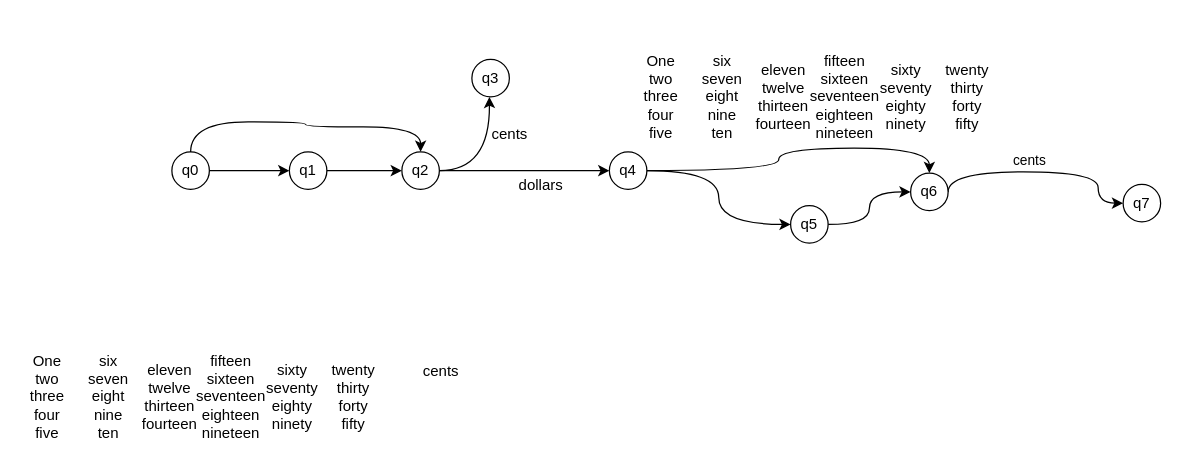
Before: basic/FAS.drawio in honghangzhi/diagrams, a draw.io diagram. Source tidied: cells renumbered, new cells numbered last; positions are measured from the earlier drawing's top-left corner, leaving out a move shared by most shapes. Both pictures are drawn from the tidied source at 125%, with x=0, y=0 at pixel (21, 46).
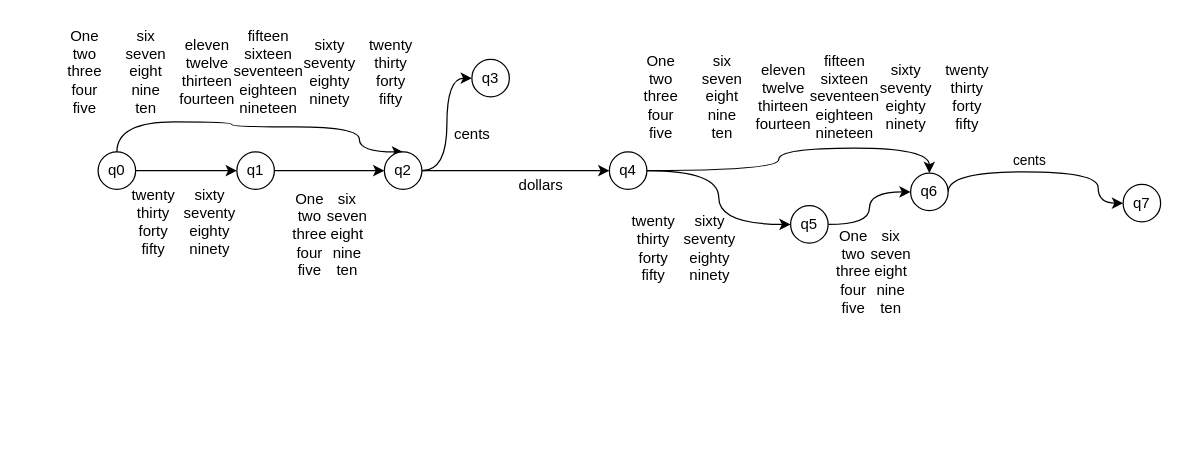
The same page after the edit.

Unchanged cells that the change refers to:
```xml
<mxCell id="12" value="q3" style="ellipse;whiteSpace=wrap;html=1;flipH=0;" parent="1" vertex="1">
  <mxGeometry x="360" y="10" width="30" height="30" as="geometry" />
</mxCell>
```

The edit, as a diff of the source:
```diff
@@
-    <mxCell id="2" value="cents" style="text;html=1;align=center;verticalAlign=middle;strokeColor=none;fillColor=none;" parent="1" vertex="1">
-      <mxGeometry x="315" y="250" width="40" height="20" as="geometry" />
-    </mxCell>
@@
     <mxCell id="5" style="edgeStyle=orthogonalEdgeStyle;curved=1;rounded=0;jettySize=auto;html=1;entryX=0.5;entryY=0;entryDx=0;entryDy=0;" parent="1" edge="1" source="6" target="11">
       <mxGeometry relative="1" as="geometry">
         <Array as="points">
-          <mxPoint x="135" y="60" />
-          <mxPoint x="227" y="60" />
-          <mxPoint x="227" y="64" />
-          <mxPoint x="319" y="64" />
+          <mxPoint x="76" y="60" />
+          <mxPoint x="168" y="60" />
+          <mxPoint x="168" y="64" />
+          <mxPoint x="270" y="64" />
+          <mxPoint x="270" y="84" />
         </Array>
       </mxGeometry>
     </mxCell>
     <mxCell id="6" value="q0" style="ellipse;whiteSpace=wrap;html=1;flipH=0;" parent="1" vertex="1">
-      <mxGeometry x="120" y="84" width="30" height="30" as="geometry" />
+      <mxGeometry x="61" y="84" width="30" height="30" as="geometry" />
     </mxCell>
@@
     <mxCell id="8" value="q1" style="ellipse;whiteSpace=wrap;html=1;flipH=0;" parent="1" vertex="1">
-      <mxGeometry x="214" y="84" width="30" height="30" as="geometry" />
+      <mxGeometry x="172" y="84" width="30" height="30" as="geometry" />
     </mxCell>
@@
-    <mxCell id="10" style="edgeStyle=orthogonalEdgeStyle;curved=1;rounded=0;jettySize=auto;html=1;entryX=0;entryY=0.5;entryDx=0;entryDy=0;" parent="1" edge="1" source="11">
-      <mxGeometry relative="1" as="geometry">
-        <mxPoint x="374" y="40" as="targetPoint" />
-      </mxGeometry>
+    <mxCell id="10" style="edgeStyle=orthogonalEdgeStyle;curved=1;rounded=0;jettySize=auto;html=1;entryX=0;entryY=0.5;entryDx=0;entryDy=0;" parent="1" edge="1" source="11" target="12">
+      <mxGeometry relative="1" as="geometry" />
     </mxCell>
     <mxCell id="11" value="q2" style="ellipse;whiteSpace=wrap;html=1;flipH=0;" parent="1" vertex="1">
-      <mxGeometry x="304" y="84" width="30" height="30" as="geometry" />
+      <mxGeometry x="290" y="84" width="30" height="30" as="geometry" />
     </mxCell>
@@
-    <mxCell id="22" value="One&lt;br&gt;two&lt;br&gt;three&lt;br&gt;four&lt;br&gt;five" style="text;html=1;align=center;verticalAlign=middle;strokeColor=none;fillColor=none;flipV=1;" parent="1" vertex="1">
-      <mxGeometry y="240" width="40" height="80" as="geometry" />
-    </mxCell>
-    <mxCell id="23" value="six&lt;br&gt;seven&lt;br&gt;eight&lt;br&gt;nine&lt;br&gt;ten" style="text;html=1;align=center;verticalAlign=middle;strokeColor=none;fillColor=none;" parent="1" vertex="1">
-      <mxGeometry x="44" y="240" width="50" height="80" as="geometry" />
-    </mxCell>
-    <mxCell id="24" value="eleven&lt;br&gt;twelve&lt;br&gt;thirteen&lt;br&gt;fourteen" style="text;html=1;align=center;verticalAlign=middle;strokeColor=none;fillColor=none;" parent="1" vertex="1">
-      <mxGeometry x="88" y="250" width="60" height="60" as="geometry" />
-    </mxCell>
-    <mxCell id="25" value="fifteen&lt;br&gt;sixteen&lt;br&gt;seventeen&lt;br&gt;eighteen&lt;br&gt;nineteen" style="text;html=1;align=center;verticalAlign=middle;strokeColor=none;fillColor=none;" parent="1" vertex="1">
-      <mxGeometry x="132" y="240" width="70" height="80" as="geometry" />
-    </mxCell>
-    <mxCell id="26" value="twenty&lt;br&gt;thirty&lt;br&gt;forty&lt;br&gt;fifty" style="text;html=1;align=center;verticalAlign=middle;strokeColor=none;fillColor=none;" parent="1" vertex="1">
-      <mxGeometry x="240" y="250" width="50" height="60" as="geometry" />
-    </mxCell>
-    <mxCell id="27" value="sixty&lt;br&gt;seventy&lt;br&gt;eighty&lt;br&gt;ninety" style="text;html=1;align=center;verticalAlign=middle;strokeColor=none;fillColor=none;" parent="1" vertex="1">
-      <mxGeometry x="186" y="250" width="60" height="60" as="geometry" />
-    </mxCell>
@@
     <mxCell id="35" value="cents" style="text;html=1;align=center;verticalAlign=middle;fillColor=none;strokeColor=none;rounded=0;" parent="1" vertex="1">
-      <mxGeometry x="370" y="60" width="40" height="20" as="geometry" />
+      <mxGeometry x="340" y="60" width="40" height="20" as="geometry" />
     </mxCell>
+    <mxCell id="36" style="group;" parent="1" vertex="1">
+      <mxGeometry x="30" y="-20" width="290" height="80" as="geometry" />
+    </mxCell>
+    <mxCell id="37" value="One&lt;br&gt;two&lt;br&gt;three&lt;br&gt;four&lt;br&gt;five" style="text;html=1;align=center;verticalAlign=middle;strokeColor=none;fillColor=none;flipV=1;" parent="36" vertex="1">
+      <mxGeometry width="40" height="80" as="geometry" />
+    </mxCell>
+    <mxCell id="38" value="six&lt;br&gt;seven&lt;br&gt;eight&lt;br&gt;nine&lt;br&gt;ten" style="text;html=1;align=center;verticalAlign=middle;strokeColor=none;fillColor=none;" parent="36" vertex="1">
+      <mxGeometry x="44" width="50" height="80" as="geometry" />
+    </mxCell>
+    <mxCell id="24" value="eleven&lt;br&gt;twelve&lt;br&gt;thirteen&lt;br&gt;fourteen" style="text;html=1;align=center;verticalAlign=middle;strokeColor=none;fillColor=none;" parent="36" vertex="1">
+      <mxGeometry x="88" y="10" width="60" height="60" as="geometry" />
+    </mxCell>
+    <mxCell id="25" value="fifteen&lt;br&gt;sixteen&lt;br&gt;seventeen&lt;br&gt;eighteen&lt;br&gt;nineteen" style="text;html=1;align=center;verticalAlign=middle;strokeColor=none;fillColor=none;" parent="36" vertex="1">
+      <mxGeometry x="132" width="70" height="80" as="geometry" />
+    </mxCell>
+    <mxCell id="39" value="twenty&lt;br&gt;thirty&lt;br&gt;forty&lt;br&gt;fifty" style="text;html=1;align=center;verticalAlign=middle;strokeColor=none;fillColor=none;" parent="36" vertex="1">
+      <mxGeometry x="240" y="10" width="50" height="60" as="geometry" />
+    </mxCell>
+    <mxCell id="40" value="sixty&lt;br&gt;seventy&lt;br&gt;eighty&lt;br&gt;ninety" style="text;html=1;align=center;verticalAlign=middle;strokeColor=none;fillColor=none;" parent="36" vertex="1">
+      <mxGeometry x="186" y="10" width="60" height="60" as="geometry" />
+    </mxCell>
+    <mxCell id="41" style="group;" parent="1" vertex="1">
+      <mxGeometry x="645" y="140" width="75" height="80" as="geometry" />
+    </mxCell>
+    <mxCell id="22" value="One&lt;br&gt;two&lt;br&gt;three&lt;br&gt;four&lt;br&gt;five" style="text;html=1;align=center;verticalAlign=middle;strokeColor=none;fillColor=none;flipV=1;" parent="41" vertex="1">
+      <mxGeometry width="40" height="80" as="geometry" />
+    </mxCell>
+    <mxCell id="23" value="six&lt;br&gt;seven&lt;br&gt;eight&lt;br&gt;nine&lt;br&gt;ten" style="text;html=1;align=center;verticalAlign=middle;strokeColor=none;fillColor=none;" parent="41" vertex="1">
+      <mxGeometry x="25" width="50" height="80" as="geometry" />
+    </mxCell>
+    <mxCell id="42" style="group;" parent="1" vertex="1">
+      <mxGeometry x="480" y="131" width="100" height="60" as="geometry" />
+    </mxCell>
+    <mxCell id="26" value="twenty&lt;br&gt;thirty&lt;br&gt;forty&lt;br&gt;fifty" style="text;html=1;align=center;verticalAlign=middle;strokeColor=none;fillColor=none;" parent="42" vertex="1">
+      <mxGeometry width="50" height="60" as="geometry" />
+    </mxCell>
+    <mxCell id="27" value="sixty&lt;br&gt;seventy&lt;br&gt;eighty&lt;br&gt;ninety" style="text;html=1;align=center;verticalAlign=middle;strokeColor=none;fillColor=none;" parent="42" vertex="1">
+      <mxGeometry x="40" width="60" height="60" as="geometry" />
+    </mxCell>
+    <mxCell id="43" style="group;" parent="1" vertex="1">
+      <mxGeometry x="210" y="110" width="75" height="80" as="geometry" />
+    </mxCell>
+    <mxCell id="44" value="One&lt;br&gt;two&lt;br&gt;three&lt;br&gt;four&lt;br&gt;five" style="text;html=1;align=center;verticalAlign=middle;strokeColor=none;fillColor=none;flipV=1;" parent="43" vertex="1">
+      <mxGeometry width="40" height="80" as="geometry" />
+    </mxCell>
+    <mxCell id="45" value="six&lt;br&gt;seven&lt;br&gt;eight&lt;br&gt;nine&lt;br&gt;ten" style="text;html=1;align=center;verticalAlign=middle;strokeColor=none;fillColor=none;" parent="43" vertex="1">
+      <mxGeometry x="25" width="50" height="80" as="geometry" />
+    </mxCell>
+    <mxCell id="46" style="group;" parent="1" vertex="1">
+      <mxGeometry x="80" y="110" width="100" height="60" as="geometry" />
+    </mxCell>
+    <mxCell id="47" value="twenty&lt;br&gt;thirty&lt;br&gt;forty&lt;br&gt;fifty" style="text;html=1;align=center;verticalAlign=middle;strokeColor=none;fillColor=none;" parent="46" vertex="1">
+      <mxGeometry width="50" height="60" as="geometry" />
+    </mxCell>
+    <mxCell id="48" value="sixty&lt;br&gt;seventy&lt;br&gt;eighty&lt;br&gt;ninety" style="text;html=1;align=center;verticalAlign=middle;strokeColor=none;fillColor=none;" parent="46" vertex="1">
+      <mxGeometry x="40" width="60" height="60" as="geometry" />
+    </mxCell>
```
